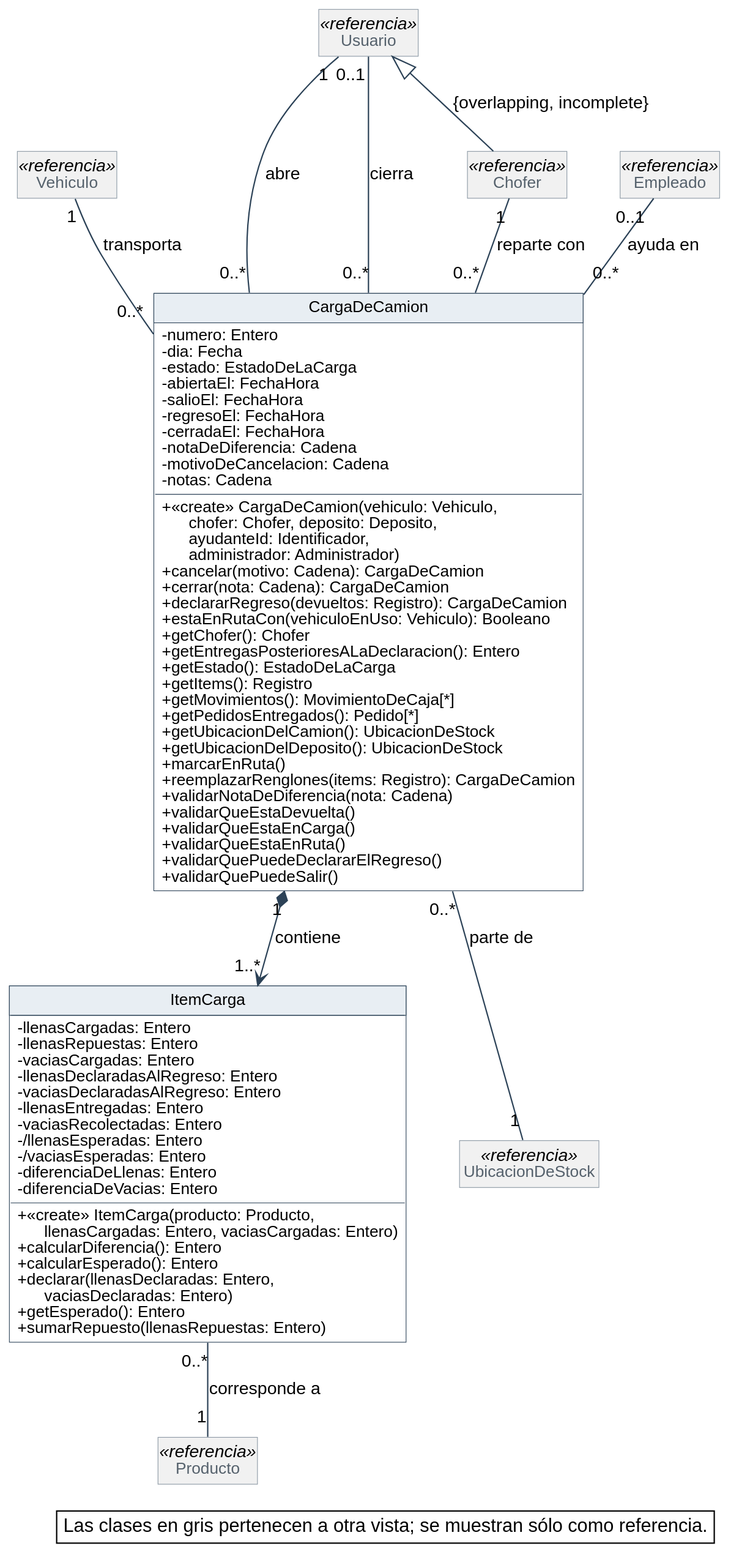
The PlantUML diagram diagramas/clases-diseno/DC_Carga-del-camion.svg in Nahuelito-Dev/splg-docs, before a commit.
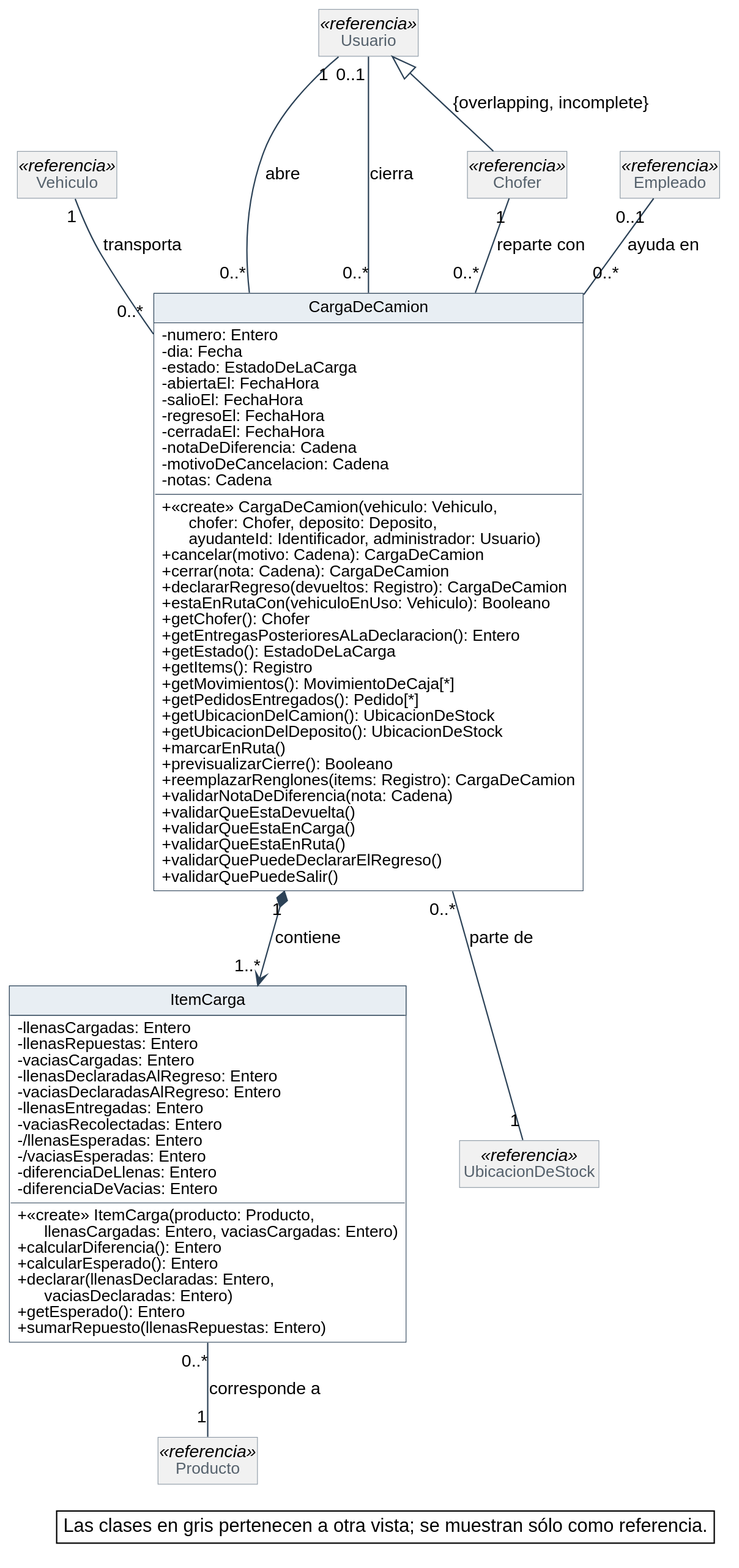
After the commit.

What changed in the source:
```diff
@@ -68,7 +68,7 @@
   - notaDeDiferencia: Cadena
   - motivoDeCancelacion: Cadena
   - notas: Cadena
-  + «create» CargaDeCamion(vehiculo: Vehiculo,\n      chofer: Chofer, deposito: Deposito,\n      ayudanteId: Identificador,\n      administrador: Administrador)
+  + «create» CargaDeCamion(vehiculo: Vehiculo,\n      chofer: Chofer, deposito: Deposito,\n      ayudanteId: Identificador, administrador: Usuario)
   + cancelar(motivo: Cadena): CargaDeCamion
   + cerrar(nota: Cadena): CargaDeCamion
   + declararRegreso(devueltos: Registro): CargaDeCamion
@@ -82,6 +82,7 @@
   + getUbicacionDelCamion(): UbicacionDeStock
   + getUbicacionDelDeposito(): UbicacionDeStock
   + marcarEnRuta()
+  + previsualizarCierre(): Booleano
   + reemplazarRenglones(items: Registro): CargaDeCamion
   + validarNotaDeDiferencia(nota: Cadena)
   + validarQueEstaDevuelta()
```
